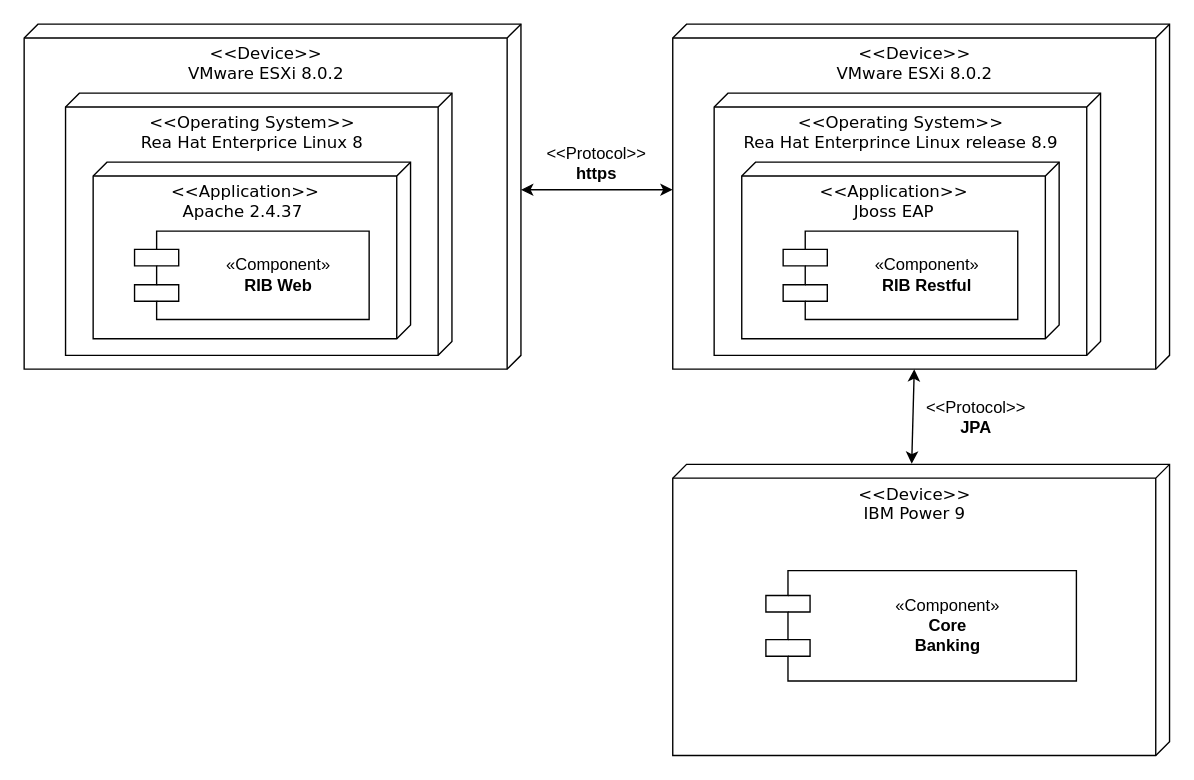
Earlier version of the draw.io diagram DiagramaDespliegue.drawio (GonzaloDavid/diagramas). Source tidied: cells renumbered, new cells numbered last; positions are measured from the earlier drawing's top-left corner, leaving out a move shared by most shapes. Both pictures are drawn from the tidied source at 138%, with x=0, y=0 at pixel (23, 23).
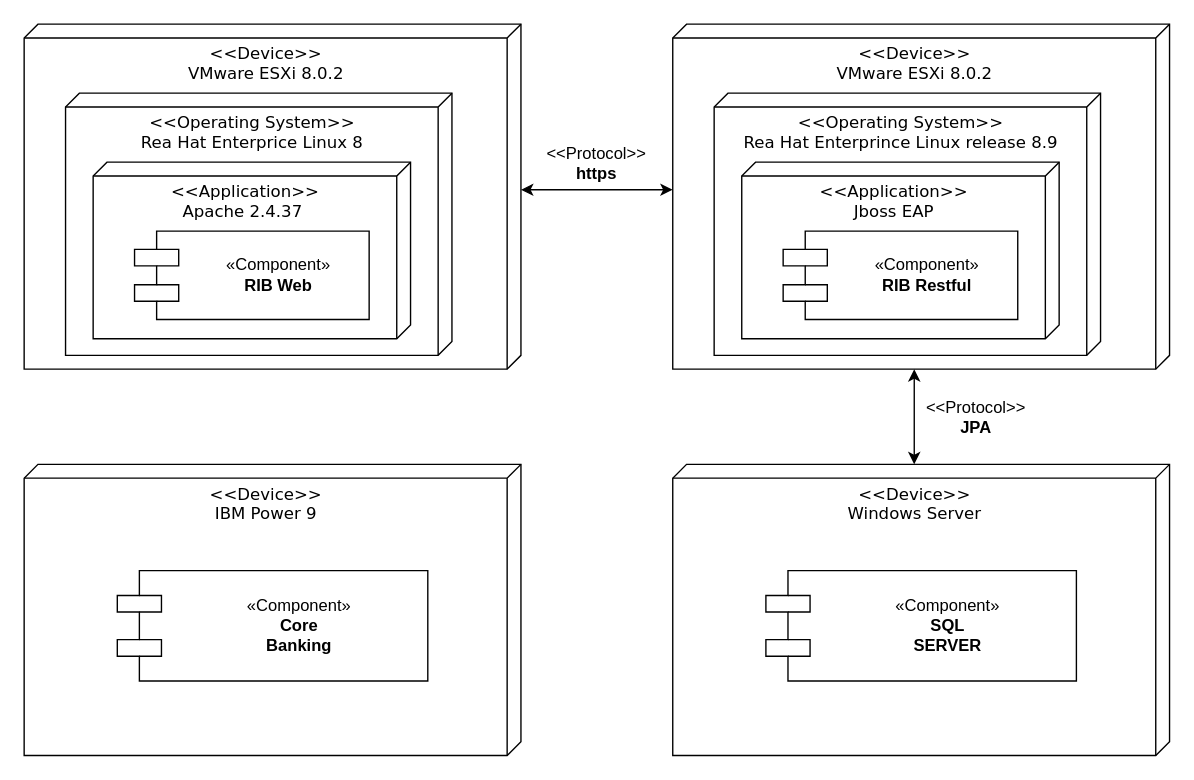
Above is the later version.

Change to the diagram source:
```diff
@@
 <mxGraphModel>
   <root>
     <mxCell id="0" />
     <mxCell id="1" parent="0" />
     <mxCell id="2" value="&amp;lt;&amp;lt;Device&amp;gt;&amp;gt;&lt;div&gt;VMware ESXi 8.0.2&lt;/div&gt;" style="verticalAlign=top;align=center;spacingTop=8;spacingLeft=2;spacingRight=12;shape=cube;size=10;direction=south;fontStyle=0;html=1;rounded=0;shadow=0;comic=0;labelBackgroundColor=none;strokeWidth=1;fontFamily=Verdana;fontSize=12;" parent="1" vertex="1">
       <mxGeometry width="360" height="250" as="geometry" />
     </mxCell>
     <mxCell id="3" value="&amp;lt;&amp;lt;Operating System&amp;gt;&amp;gt;&lt;div&gt;Rea Hat Enterprice Linux 8&lt;/div&gt;" style="verticalAlign=top;align=center;spacingTop=8;spacingLeft=2;spacingRight=12;shape=cube;size=10;direction=south;fontStyle=0;html=1;rounded=0;shadow=0;comic=0;labelBackgroundColor=none;strokeWidth=1;fontFamily=Verdana;fontSize=12;" parent="1" vertex="1">
       <mxGeometry x="30" y="50" width="280" height="190" as="geometry" />
     </mxCell>
     <mxCell id="4" value="&lt;div&gt;&amp;lt;&amp;lt;Application&amp;gt;&amp;gt;&lt;/div&gt;&lt;div&gt;Apache 2.4.37&amp;nbsp;&lt;/div&gt;" style="verticalAlign=top;align=center;spacingTop=8;spacingLeft=2;spacingRight=12;shape=cube;size=10;direction=south;fontStyle=0;html=1;rounded=0;shadow=0;comic=0;labelBackgroundColor=none;strokeWidth=1;fontFamily=Verdana;fontSize=12;" parent="1" vertex="1">
       <mxGeometry x="50" y="100" width="230" height="128" as="geometry" />
     </mxCell>
     <mxCell id="5" value="&lt;div style=&quot;&quot;&gt;&lt;span style=&quot;font-family: Helvetica; text-wrap: wrap; background-color: initial;&quot;&gt;«Component»&lt;/span&gt;&lt;/div&gt;&lt;b style=&quot;font-family: Helvetica; text-wrap: wrap;&quot;&gt;&lt;div style=&quot;&quot;&gt;RIB Web&lt;/div&gt;&lt;/b&gt;" style="shape=component;align=center;spacingLeft=37;rounded=0;shadow=0;comic=0;labelBackgroundColor=none;strokeWidth=1;fontFamily=Verdana;fontSize=12;html=1;verticalAlign=middle;" parent="1" vertex="1">
       <mxGeometry x="80" y="150" width="170" height="64" as="geometry" />
     </mxCell>
     <mxCell id="6" value="&amp;lt;&amp;lt;Device&amp;gt;&amp;gt;&lt;div&gt;VMware ESXi 8.0.2&lt;/div&gt;" style="verticalAlign=top;align=center;spacingTop=8;spacingLeft=2;spacingRight=12;shape=cube;size=10;direction=south;fontStyle=0;html=1;rounded=0;shadow=0;comic=0;labelBackgroundColor=none;strokeWidth=1;fontFamily=Verdana;fontSize=12;" parent="1" vertex="1">
       <mxGeometry x="470" width="360" height="250" as="geometry" />
     </mxCell>
     <mxCell id="7" value="&amp;lt;&amp;lt;Operating System&amp;gt;&amp;gt;&lt;div&gt;Rea Hat Enterprince Linux release 8.9&lt;/div&gt;" style="verticalAlign=top;align=center;spacingTop=8;spacingLeft=2;spacingRight=12;shape=cube;size=10;direction=south;fontStyle=0;html=1;rounded=0;shadow=0;comic=0;labelBackgroundColor=none;strokeWidth=1;fontFamily=Verdana;fontSize=12;" parent="1" vertex="1">
       <mxGeometry x="500" y="50" width="280" height="190" as="geometry" />
     </mxCell>
     <mxCell id="8" value="&lt;div&gt;&amp;lt;&amp;lt;Application&amp;gt;&amp;gt;&lt;/div&gt;Jboss EAP" style="verticalAlign=top;align=center;spacingTop=8;spacingLeft=2;spacingRight=12;shape=cube;size=10;direction=south;fontStyle=0;html=1;rounded=0;shadow=0;comic=0;labelBackgroundColor=none;strokeWidth=1;fontFamily=Verdana;fontSize=12;" parent="1" vertex="1">
       <mxGeometry x="520" y="100" width="230" height="128" as="geometry" />
     </mxCell>
     <mxCell id="9" value="&lt;div style=&quot;&quot;&gt;&lt;span style=&quot;font-family: Helvetica; text-wrap: wrap; background-color: initial;&quot;&gt;«Component»&lt;/span&gt;&lt;/div&gt;&lt;b style=&quot;font-family: Helvetica; text-wrap: wrap;&quot;&gt;&lt;div style=&quot;&quot;&gt;RIB Restful&lt;/div&gt;&lt;/b&gt;" style="shape=component;align=center;spacingLeft=37;rounded=0;shadow=0;comic=0;labelBackgroundColor=none;strokeWidth=1;fontFamily=Verdana;fontSize=12;html=1;verticalAlign=middle;" parent="1" vertex="1">
       <mxGeometry x="550" y="150" width="170" height="64" as="geometry" />
     </mxCell>
-    <mxCell id="10" value="&amp;lt;&amp;lt;Device&amp;gt;&amp;gt;&lt;div&gt;IBM Power 9&lt;/div&gt;" style="verticalAlign=top;align=center;spacingTop=8;spacingLeft=2;spacingRight=12;shape=cube;size=10;direction=south;fontStyle=0;html=1;rounded=0;shadow=0;comic=0;labelBackgroundColor=none;strokeWidth=1;fontFamily=Verdana;fontSize=12;" parent="1" vertex="1">
+    <mxCell id="10" value="&amp;lt;&amp;lt;Device&amp;gt;&amp;gt;&lt;div&gt;Windows Server&lt;/div&gt;" style="verticalAlign=top;align=center;spacingTop=8;spacingLeft=2;spacingRight=12;shape=cube;size=10;direction=south;fontStyle=0;html=1;rounded=0;shadow=0;comic=0;labelBackgroundColor=none;strokeWidth=1;fontFamily=Verdana;fontSize=12;" parent="1" vertex="1">
       <mxGeometry x="470" y="319" width="360" height="211" as="geometry" />
     </mxCell>
-    <mxCell id="11" value="&lt;div style=&quot;&quot;&gt;&lt;span style=&quot;font-family: Helvetica; text-wrap: wrap; background-color: initial;&quot;&gt;«Component»&lt;/span&gt;&lt;/div&gt;&lt;b style=&quot;font-family: Helvetica; text-wrap: wrap;&quot;&gt;&lt;div style=&quot;&quot;&gt;Core Banking&lt;/div&gt;&lt;/b&gt;" style="shape=component;align=center;spacingLeft=37;rounded=0;shadow=0;comic=0;labelBackgroundColor=none;strokeWidth=1;fontFamily=Verdana;fontSize=12;html=1;verticalAlign=middle;" parent="1" vertex="1">
+    <mxCell id="11" value="&lt;div style=&quot;&quot;&gt;&lt;span style=&quot;font-family: Helvetica; text-wrap: wrap; background-color: initial;&quot;&gt;«Component»&lt;/span&gt;&lt;/div&gt;&lt;b style=&quot;font-family: Helvetica; text-wrap: wrap;&quot;&gt;&lt;div style=&quot;&quot;&gt;SQL SERVER&lt;/div&gt;&lt;/b&gt;" style="shape=component;align=center;spacingLeft=37;rounded=0;shadow=0;comic=0;labelBackgroundColor=none;strokeWidth=1;fontFamily=Verdana;fontSize=12;html=1;verticalAlign=middle;" parent="1" vertex="1">
       <mxGeometry x="537.5" y="396" width="225" height="80" as="geometry" />
     </mxCell>
     <mxCell id="12" style="endArrow=classic;startArrow=classic;html=1;rounded=0;exitX=0;exitY=0;exitDx=120;exitDy=0;exitPerimeter=0;entryX=0.48;entryY=1;entryDx=0;entryDy=0;entryPerimeter=0;" parent="1" edge="1" source="2" target="6">
       <mxGeometry relative="1" as="geometry" />
     </mxCell>
     <mxCell id="13" value="&amp;lt;&amp;lt;Protocol&amp;gt;&amp;gt;&lt;div&gt;&lt;b&gt;https&lt;/b&gt;&lt;/div&gt;" style="text;html=1;align=center;verticalAlign=middle;whiteSpace=wrap;rounded=0;" parent="1" vertex="1">
       <mxGeometry x="385" y="86" width="60" height="30" as="geometry" />
     </mxCell>
-    <mxCell id="14" style="endArrow=classic;startArrow=classic;html=1;rounded=0;entryX=0;entryY=0;entryDx=250;entryDy=185;entryPerimeter=0;exitX=-0.002;exitY=0.519;exitDx=0;exitDy=0;exitPerimeter=0;" parent="1" edge="1" source="10" target="6">
-      <mxGeometry relative="1" as="geometry" />
+    <mxCell id="14" style="endArrow=classic;startArrow=classic;html=1;rounded=0;entryX=0;entryY=0;entryDx=250;entryDy=185;entryPerimeter=0;" parent="1" edge="1" target="6">
+      <mxGeometry relative="1" as="geometry">
+        <mxPoint x="645" y="319" as="sourcePoint" />
+      </mxGeometry>
     </mxCell>
     <mxCell id="15" value="&amp;lt;&amp;lt;Protocol&amp;gt;&amp;gt;&lt;div&gt;&lt;b&gt;JPA&lt;/b&gt;&lt;/div&gt;" style="text;html=1;align=center;verticalAlign=middle;whiteSpace=wrap;rounded=0;" parent="1" vertex="1">
       <mxGeometry x="660" y="270" width="60" height="30" as="geometry" />
     </mxCell>
+    <mxCell id="16" value="&amp;lt;&amp;lt;Device&amp;gt;&amp;gt;&lt;div&gt;IBM Power 9&lt;/div&gt;" style="verticalAlign=top;align=center;spacingTop=8;spacingLeft=2;spacingRight=12;shape=cube;size=10;direction=south;fontStyle=0;html=1;rounded=0;shadow=0;comic=0;labelBackgroundColor=none;strokeWidth=1;fontFamily=Verdana;fontSize=12;" parent="1" vertex="1">
+      <mxGeometry y="319" width="360" height="211" as="geometry" />
+    </mxCell>
+    <mxCell id="17" value="&lt;div style=&quot;&quot;&gt;&lt;span style=&quot;font-family: Helvetica; text-wrap: wrap; background-color: initial;&quot;&gt;«Component»&lt;/span&gt;&lt;/div&gt;&lt;b style=&quot;font-family: Helvetica; text-wrap: wrap;&quot;&gt;&lt;div style=&quot;&quot;&gt;Core Banking&lt;/div&gt;&lt;/b&gt;" style="shape=component;align=center;spacingLeft=37;rounded=0;shadow=0;comic=0;labelBackgroundColor=none;strokeWidth=1;fontFamily=Verdana;fontSize=12;html=1;verticalAlign=middle;" parent="1" vertex="1">
+      <mxGeometry x="67.5" y="396" width="225" height="80" as="geometry" />
+    </mxCell>
   </root>
 </mxGraphModel>
```
